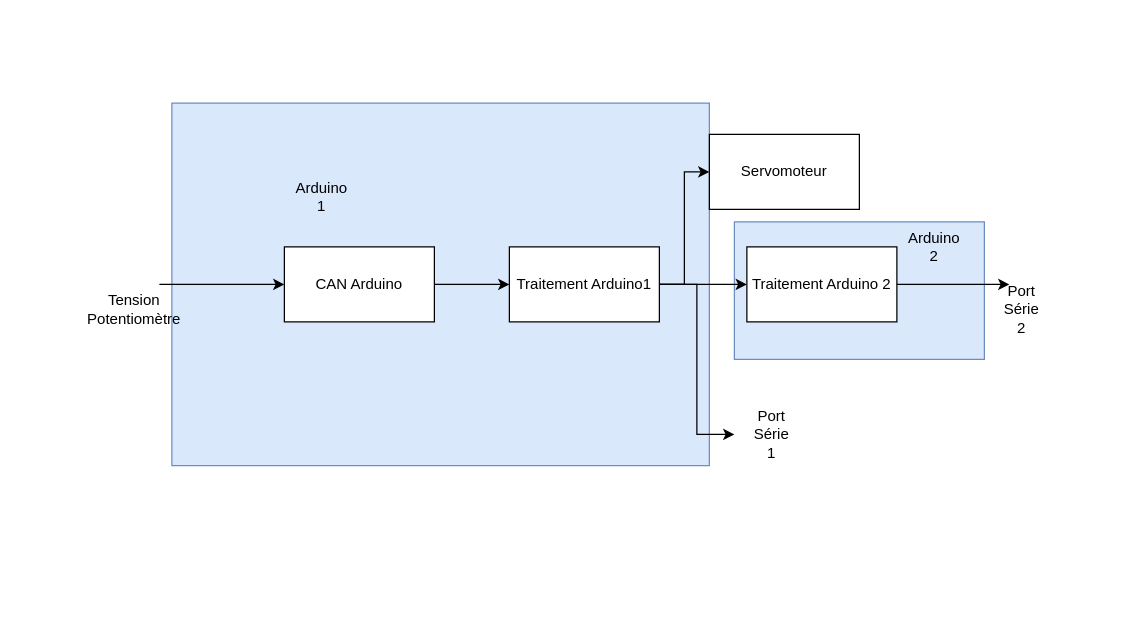
Earlier version of the draw.io diagram Untitled Diagram.drawio (astrofrite/Test). Source tidied: cells renumbered, new cells numbered last; positions are measured from the earlier drawing's top-left corner, leaving out a move shared by most shapes. Both pictures are drawn from the tidied source at 125%, with x=0, y=0 at pixel (109, 102).
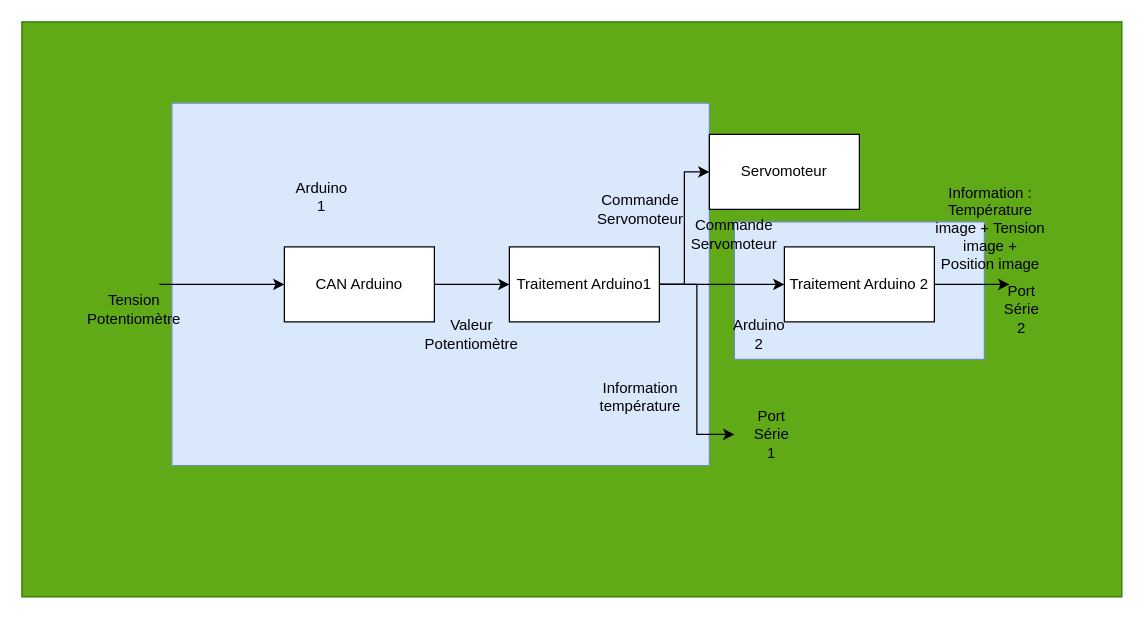
The same diagram, later.

Diff of the diagram source:
```diff
@@
+    <mxCell id="19" style="rounded=0;whiteSpace=wrap;html=1;fillColor=#60a917;strokeColor=#2D7600;fontColor=#ffffff;" parent="1" vertex="1">
+      <mxGeometry x="-70" y="-65" width="880" height="460" as="geometry" />
+    </mxCell>
@@
     <mxCell id="9" value="Traitement Arduino 2" style="rounded=0;whiteSpace=wrap;html=1;" parent="1" vertex="1">
-      <mxGeometry x="510" y="115" width="120" height="60" as="geometry" />
+      <mxGeometry x="540" y="115" width="120" height="60" as="geometry" />
     </mxCell>
@@
     <mxCell id="18" value="Arduino 2" style="text;html=1;strokeColor=none;fillColor=none;align=center;verticalAlign=middle;whiteSpace=wrap;rounded=0;" parent="1" vertex="1">
-      <mxGeometry x="640" y="105" width="40" height="20" as="geometry" />
+      <mxGeometry x="500" y="175" width="40" height="20" as="geometry" />
     </mxCell>
+    <mxCell id="20" value="&lt;div align=&quot;center&quot;&gt;Valeur Potentiomètre&lt;br&gt;&lt;/div&gt;" style="text;html=1;strokeColor=none;fillColor=none;align=center;verticalAlign=middle;whiteSpace=wrap;rounded=0;" parent="1" vertex="1">
+      <mxGeometry x="270" y="175" width="40" height="20" as="geometry" />
+    </mxCell>
+    <mxCell id="21" value="Commande Servomoteur" style="text;html=1;strokeColor=none;fillColor=none;align=center;verticalAlign=middle;whiteSpace=wrap;rounded=0;" parent="1" vertex="1">
+      <mxGeometry x="405" y="75" width="40" height="20" as="geometry" />
+    </mxCell>
+    <mxCell id="22" value="Commande Servomoteur" style="text;html=1;strokeColor=none;fillColor=none;align=center;verticalAlign=middle;whiteSpace=wrap;rounded=0;" parent="1" vertex="1">
+      <mxGeometry x="480" y="95" width="40" height="20" as="geometry" />
+    </mxCell>
+    <mxCell id="23" style="edgeStyle=orthogonalEdgeStyle;rounded=0;orthogonalLoop=1;jettySize=auto;html=1;exitX=0.5;exitY=1;exitDx=0;exitDy=0;" parent="1" edge="1" source="18" target="18">
+      <mxGeometry relative="1" as="geometry" />
+    </mxCell>
+    <mxCell id="24" value="Information température " style="text;html=1;strokeColor=none;fillColor=none;align=center;verticalAlign=middle;whiteSpace=wrap;rounded=0;" parent="1" vertex="1">
+      <mxGeometry x="405" y="225" width="40" height="20" as="geometry" />
+    </mxCell>
+    <mxCell id="25" value="Information : Température image + Tension image + Position image" style="text;html=1;strokeColor=none;fillColor=none;align=center;verticalAlign=middle;whiteSpace=wrap;rounded=0;" parent="1" vertex="1">
+      <mxGeometry x="660" y="65" width="90" height="70" as="geometry" />
+    </mxCell>
```
